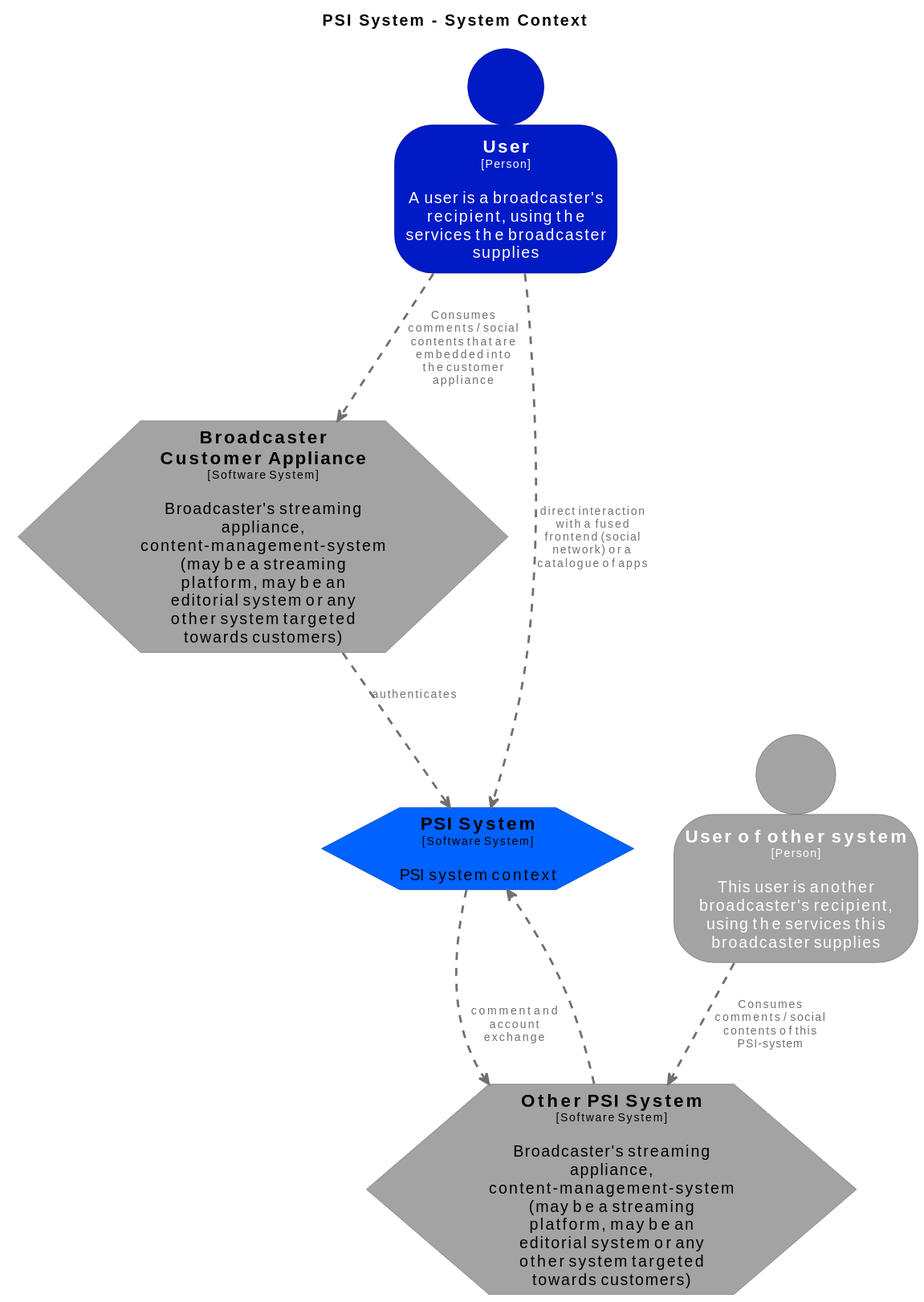
The PlantUML diagram docs/diagrams/out/structurizr-systemContext_own_psi_system.svg in ZDF-Digital/psi-arch-suggestion-zdf, before a commit. Its diagram source:
```plantuml
@startuml
set separator none
title PSI System - System Context

top to bottom direction

skinparam {
arrowFontSize 10
defaultTextAlignment center
wrapWidth 200
maxMessageSize 100
}

hide stereotype

skinparam hexagon<<BroadcasterCustomerAppliance>> {
BackgroundColor #a3a3a3
FontColor #000000
BorderColor #727272
shadowing false
}
skinparam hexagon<<OtherPSISystem>> {
BackgroundColor #a3a3a3
FontColor #000000
BorderColor #727272
shadowing false
}
skinparam hexagon<<PSISystem>> {
BackgroundColor #0062ff
FontColor #000000
BorderColor #0044b2
shadowing false
}
skinparam person<<User>> {
BackgroundColor #001ac5
FontColor #ffffff
BorderColor #001289
shadowing false
}
skinparam person<<Userofothersystem>> {
BackgroundColor #a3a3a3
FontColor #ffffff
BorderColor #727272
shadowing false
}

person "==User\n<size:10>[Person]</size>\n\nA user is a broadcaster's recipient, using the services the broadcaster supplies" <<User>> as User
person "==User of other system\n<size:10>[Person]</size>\n\nThis user is another broadcaster's recipient, using the services this broadcaster supplies" <<Userofothersystem>> as Userofothersystem
hexagon "==Broadcaster Customer Appliance\n<size:10>[Software System]</size>\n\nBroadcaster's streaming appliance, content-management-system (may be a streaming platform, may be an editorial system or any other system targeted towards customers)" <<BroadcasterCustomerAppliance>> as BroadcasterCustomerAppliance
hexagon "==PSI System\n<size:10>[Software System]</size>\n\nPSI system context" <<PSISystem>> as PSISystem
hexagon "==Other PSI System\n<size:10>[Software System]</size>\n\nBroadcaster's streaming appliance, content-management-system (may be a streaming platform, may be an editorial system or any other system targeted towards customers)" <<OtherPSISystem>> as OtherPSISystem

BroadcasterCustomerAppliance .[#707070,thickness=2].> PSISystem : "<color:#707070>authenticates"
User .[#707070,thickness=2].> BroadcasterCustomerAppliance : "<color:#707070>Consumes comments / social contents that are embedded into the customer appliance"
User .[#707070,thickness=2].> PSISystem : "<color:#707070>direct interaction with a fused frontend (social network) or a catalogue of apps"
OtherPSISystem .[#707070,thickness=2].> PSISystem : "<color:#707070>"
PSISystem .[#707070,thickness=2].> OtherPSISystem : "<color:#707070>comment and account exchange"
Userofothersystem .[#707070,thickness=2].> OtherPSISystem : "<color:#707070>Consumes comments / social contents of this PSI-system"
@enduml
```
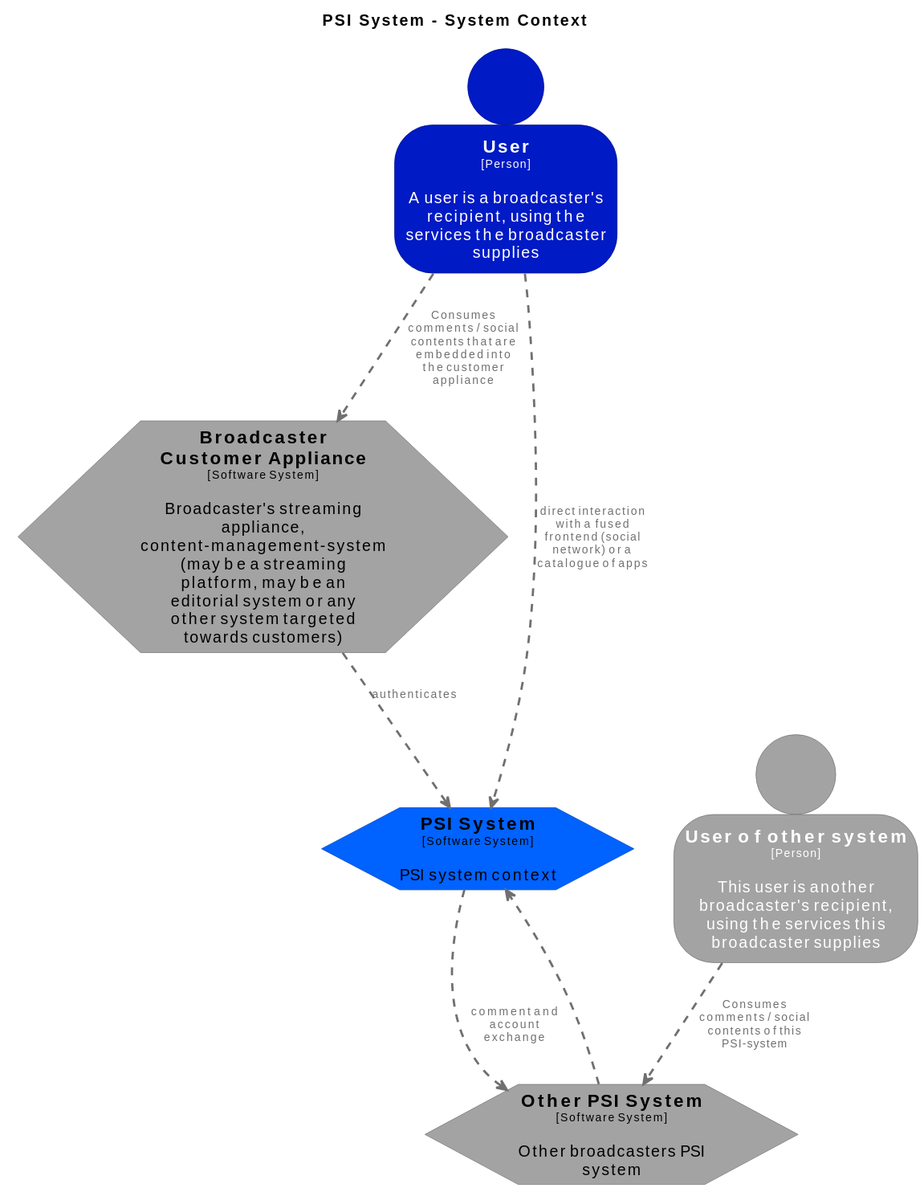
After the change.

Diff of the diagram source:
```diff
@@ -48,7 +48,7 @@
 person "==User of other system\n<size:10>[Person]</size>\n\nThis user is another broadcaster's recipient, using the services this broadcaster supplies" <<Userofothersystem>> as Userofothersystem
 hexagon "==Broadcaster Customer Appliance\n<size:10>[Software System]</size>\n\nBroadcaster's streaming appliance, content-management-system (may be a streaming platform, may be an editorial system or any other system targeted towards customers)" <<BroadcasterCustomerAppliance>> as BroadcasterCustomerAppliance
 hexagon "==PSI System\n<size:10>[Software System]</size>\n\nPSI system context" <<PSISystem>> as PSISystem
-hexagon "==Other PSI System\n<size:10>[Software System]</size>\n\nBroadcaster's streaming appliance, content-management-system (may be a streaming platform, may be an editorial system or any other system targeted towards customers)" <<OtherPSISystem>> as OtherPSISystem
+hexagon "==Other PSI System\n<size:10>[Software System]</size>\n\nOther broadcasters PSI system" <<OtherPSISystem>> as OtherPSISystem
 
 BroadcasterCustomerAppliance .[#707070,thickness=2].> PSISystem : "<color:#707070>authenticates"
 User .[#707070,thickness=2].> BroadcasterCustomerAppliance : "<color:#707070>Consumes comments / social contents that are embedded into the customer appliance"
```
